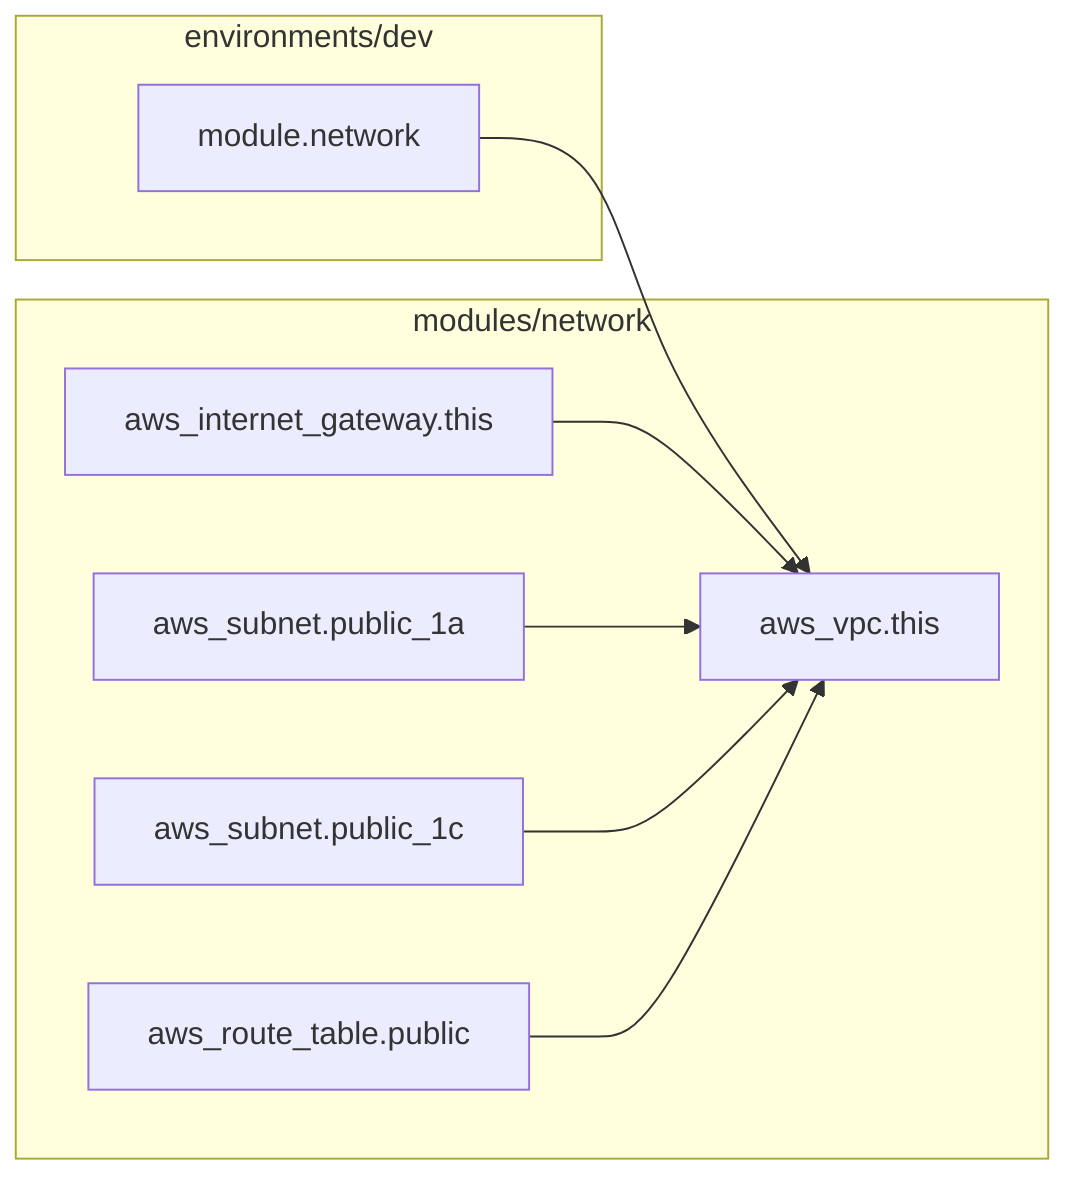
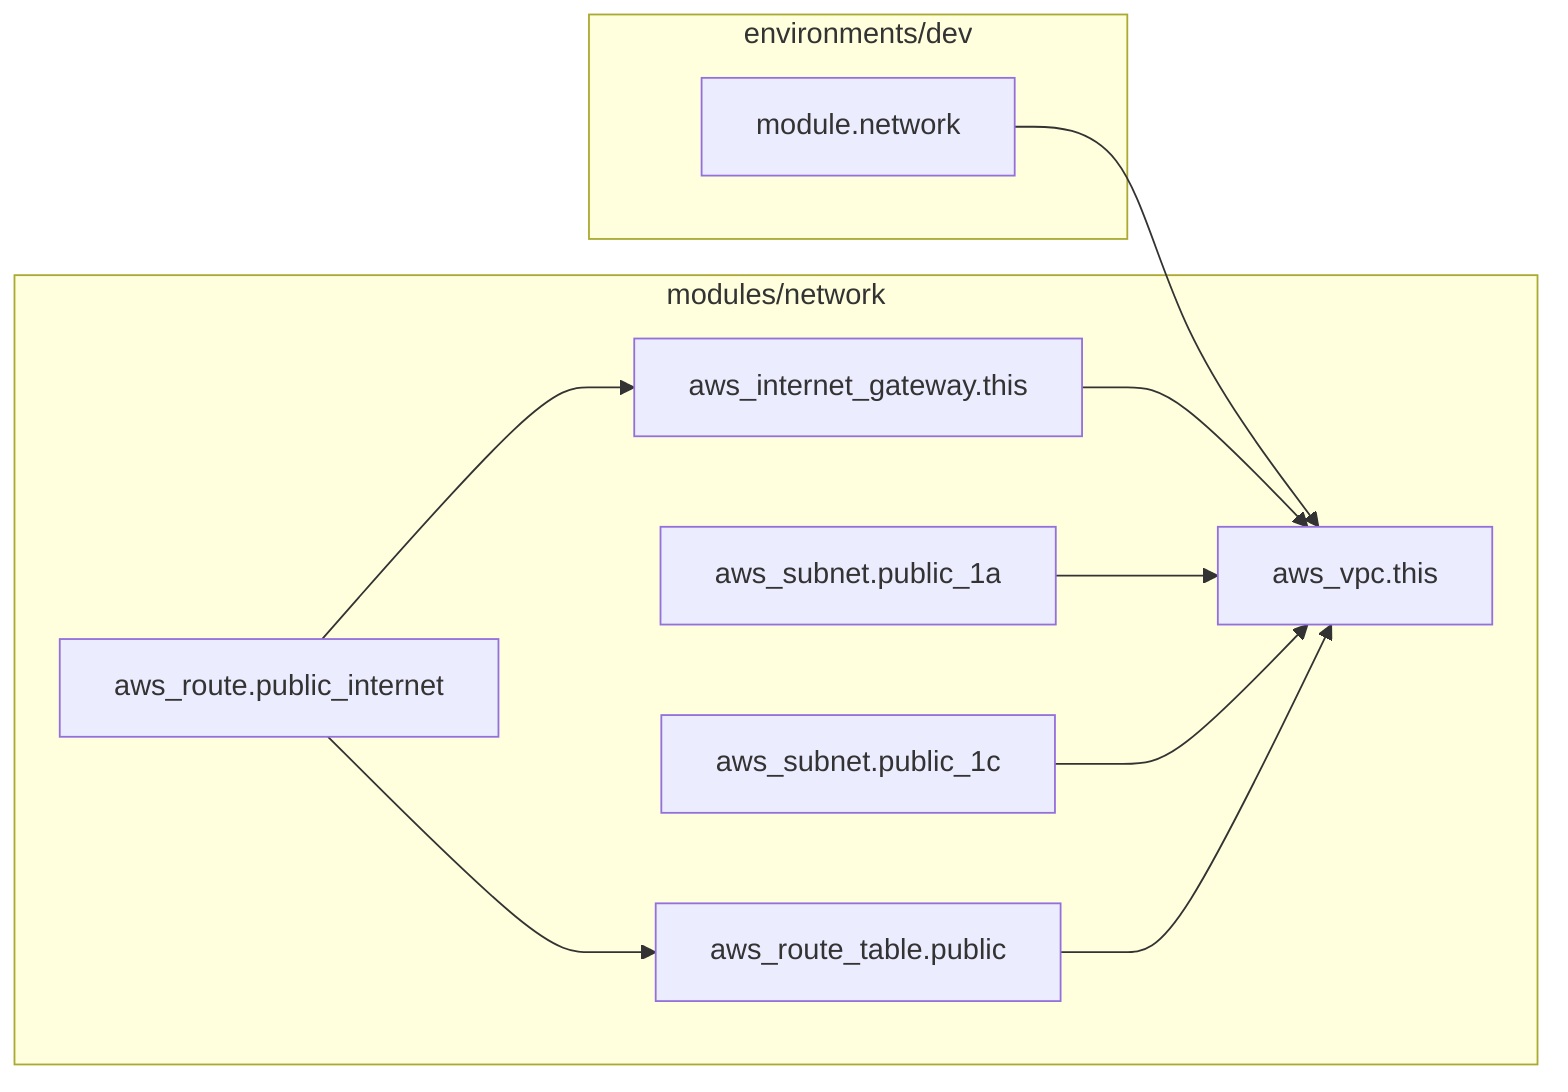
flowchart LR
  subgraph dev["environments/dev"]
    network_module["module.network"]
  end

  subgraph network["modules/network"]
    vpc["aws_vpc.this"]
    igw["aws_internet_gateway.this"]
    public_1a["aws_subnet.public_1a"]
    public_1c["aws_subnet.public_1c"]
    public_rt["aws_route_table.public"]
+     public_internet_route["aws_route.public_internet"]
  end

  network_module --> vpc
  igw --> vpc
  public_1a --> vpc
  public_1c --> vpc
  public_rt --> vpc
+   public_internet_route --> public_rt
+   public_internet_route --> igw
